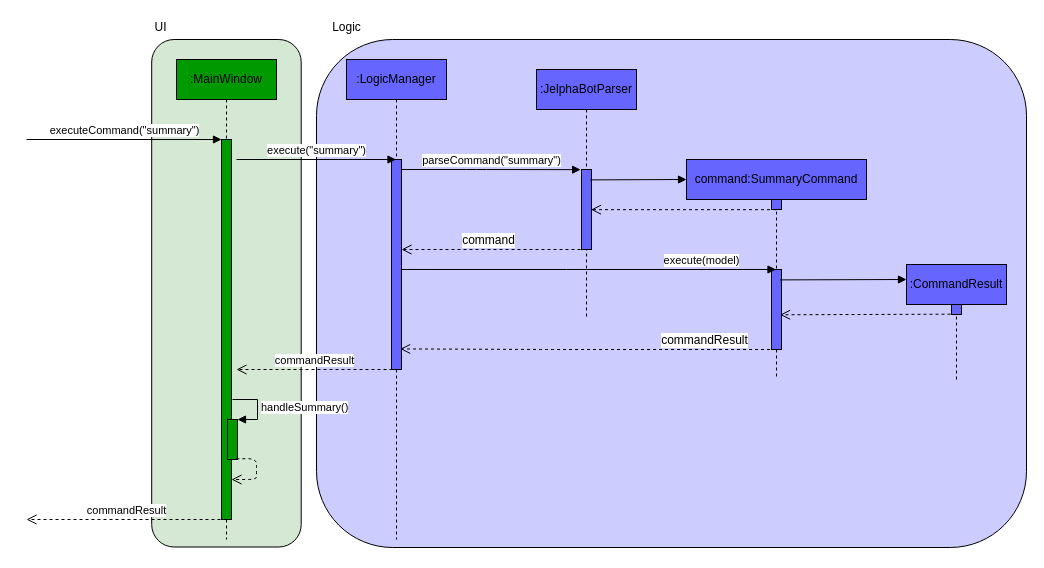
Earlier version of the draw.io diagram docs/diagrams/SummaryCommand.drawio (yapdianhao/main). Source tidied: cells renumbered, new cells numbered last; positions are measured from the earlier drawing's top-left corner, leaving out a move shared by most shapes. Both pictures are drawn from the tidied source at 100%, with x=0, y=0 at pixel (-28, 17).
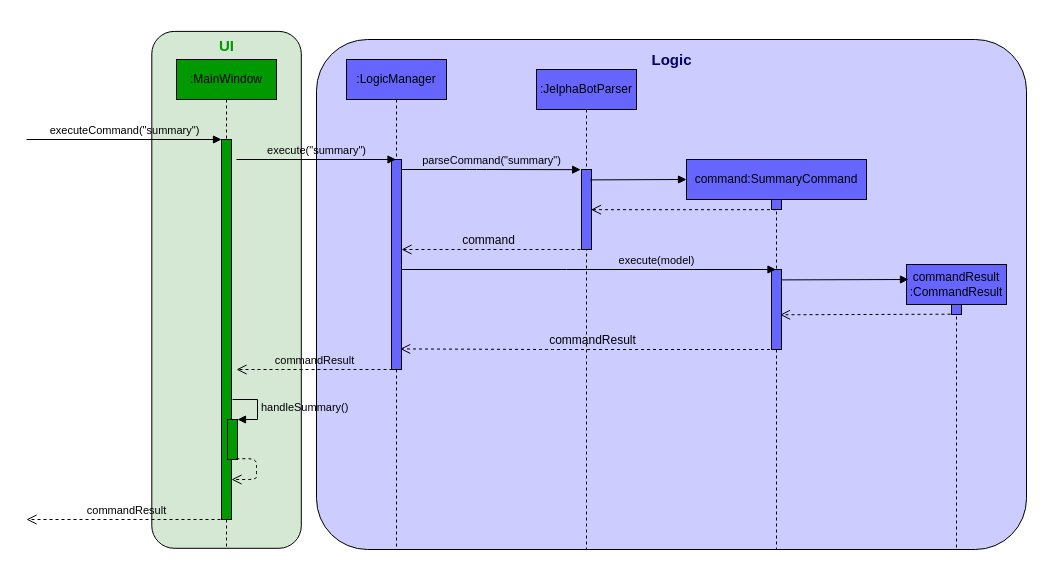
Above is the later version.

Unchanged cells that the change refers to:
```xml
<mxCell id="7" style="html=1;points=[];perimeter=orthogonalPerimeter;shadow=0;fillColor=#009900;" parent="1" vertex="1">
  <mxGeometry x="255" y="402" width="10" height="40" as="geometry" />
</mxCell>
<mxCell id="12" style="html=1;points=[];perimeter=orthogonalPerimeter;shadow=0;fillColor=#6666FF;" parent="11" vertex="1">
  <mxGeometry x="45" y="100" width="10" height="210" as="geometry" />
</mxCell>
<mxCell id="15" style="html=1;points=[];perimeter=orthogonalPerimeter;shadow=0;fillColor=#6666FF;" parent="14" vertex="1">
  <mxGeometry x="45" y="100" width="10" height="80" as="geometry" />
</mxCell>
<mxCell id="19" style="html=1;points=[];perimeter=orthogonalPerimeter;shadow=0;fillColor=#6666FF;" parent="17" vertex="1">
  <mxGeometry x="85" y="110" width="10" height="80" as="geometry" />
</mxCell>
<mxCell id="21" style="html=1;verticalAlign=bottom;endArrow=open;dashed=1;endSize=8;fillColor=#4D9900;" parent="1" edge="1" target="12">
  <mxGeometry relative="1" as="geometry">
    <mxPoint x="614" y="232" as="sourcePoint" />
  </mxGeometry>
</mxCell>
<mxCell id="24" style="html=1;verticalAlign=bottom;endArrow=open;dashed=1;endSize=8;fillColor=#4D9900;entryX=0.867;entryY=0.902;entryDx=0;entryDy=0;entryPerimeter=0;" parent="1" edge="1" source="17" target="12">
  <mxGeometry x="0.21" y="-160" relative="1" as="geometry">
    <Array as="points">
      <mxPoint x="574" y="332" />
    </Array>
    <mxPoint x="160" y="160" as="offset" />
  </mxGeometry>
</mxCell>
```

The edit, as a diff of the source:
```diff
@@
-    <mxCell id="2" style="rounded=1;whiteSpace=wrap;html=1;shadow=0;fillColor=#CCCCFF;" parent="1" vertex="1">
-      <mxGeometry x="344" y="22" width="710" height="508" as="geometry" />
+    <mxCell id="2" style="rounded=1;whiteSpace=wrap;html=1;shadow=0;fillColor=#CCCCFF;arcSize=10;" parent="1" vertex="1">
+      <mxGeometry x="344" y="22" width="710" height="510" as="geometry" />
     </mxCell>
     <mxCell id="3" style="rounded=1;whiteSpace=wrap;html=1;shadow=0;rotation=-90;fillColor=#D5E8D4;" parent="1" vertex="1">
-      <mxGeometry x="0.2" y="201" width="507.5" height="149.5" as="geometry" />
+      <mxGeometry x="-4.4" y="197.6" width="516.9" height="149.5" as="geometry" />
     </mxCell>
     <mxCell id="4" value=":MainWindow" style="shape=umlLifeline;perimeter=lifelinePerimeter;whiteSpace=wrap;html=1;shadow=0;fillColor=#009900;" parent="1" vertex="1">
-      <mxGeometry x="204" y="42" width="100" height="480" as="geometry" />
+      <mxGeometry x="204" y="42" width="100" height="490" as="geometry" />
     </mxCell>
@@
-    <mxCell id="6" value="executeCommand(&quot;summary&quot;)" style="html=1;verticalAlign=bottom;endArrow=block;fillColor=#4D9900;" parent="1" edge="1">
+    <mxCell id="6" value="executeCommand(&quot;summary&quot;)" style="html=1;verticalAlign=bottom;endArrow=block;fillColor=#4D9900;labelBackgroundColor=none;" parent="1" edge="1">
       <mxGeometry relative="1" as="geometry">
         <mxPoint x="54" y="122" as="sourcePoint" />
         <mxPoint x="249" y="122" as="targetPoint" />
       </mxGeometry>
     </mxCell>
@@
-    <mxCell id="8" value="handleSummary()" style="edgeStyle=orthogonalEdgeStyle;html=1;align=left;spacingLeft=2;endArrow=block;rounded=0;entryX=1;entryY=0;fillColor=#4D9900;" parent="1" edge="1" target="7">
+    <mxCell id="8" value="handleSummary()" style="edgeStyle=orthogonalEdgeStyle;html=1;align=left;spacingLeft=2;endArrow=block;rounded=0;entryX=1;entryY=0;fillColor=#4D9900;labelBackgroundColor=none;" parent="1" edge="1" target="7">
       <mxGeometry relative="1" as="geometry">
         <mxPoint x="260" y="382" as="sourcePoint" />
         <Array as="points">
           <mxPoint x="285" y="382" />
           <mxPoint x="285" y="402" />
         </Array>
       </mxGeometry>
     </mxCell>
-    <mxCell id="9" value="UI" style="text;html=1;align=center;verticalAlign=middle;" parent="1" vertex="1">
-      <mxGeometry x="173" width="30" height="20" as="geometry" />
+    <mxCell id="9" value="&lt;font style=&quot;font-size: 15px&quot; color=&quot;#009900&quot;&gt;&lt;b&gt;UI&lt;/b&gt;&lt;/font&gt;" style="text;html=1;align=center;verticalAlign=middle;" parent="1" vertex="1">
+      <mxGeometry x="239" y="18" width="30" height="20" as="geometry" />
     </mxCell>
@@
     <mxCell id="11" value=":LogicManager" style="shape=umlLifeline;perimeter=lifelinePerimeter;whiteSpace=wrap;html=1;outlineConnect=0;shadow=0;fillColor=#6666FF;" parent="1" vertex="1">
-      <mxGeometry x="374" y="42" width="100" height="480" as="geometry" />
+      <mxGeometry x="374" y="42" width="100" height="490" as="geometry" />
     </mxCell>
@@
-    <mxCell id="13" value="execute(&quot;summary&quot;)" style="html=1;verticalAlign=bottom;endArrow=block;fillColor=#4D9900;" parent="1" edge="1" target="11">
+    <mxCell id="13" value="execute(&quot;summary&quot;)" style="html=1;verticalAlign=bottom;endArrow=block;fillColor=#4D9900;labelBackgroundColor=none;" parent="1" edge="1" target="11">
       <mxGeometry relative="1" as="geometry">
         <mxPoint x="264" y="142" as="sourcePoint" />
       </mxGeometry>
     </mxCell>
     <mxCell id="14" value=":JelphaBotParser" style="shape=umlLifeline;perimeter=lifelinePerimeter;whiteSpace=wrap;html=1;shadow=0;fillColor=#6666FF;" parent="1" vertex="1">
-      <mxGeometry x="564" y="52" width="100" height="250" as="geometry" />
+      <mxGeometry x="564" y="52" width="100" height="480" as="geometry" />
     </mxCell>
@@
     <mxCell id="17" value="command:SummaryCommand" style="shape=umlLifeline;perimeter=lifelinePerimeter;whiteSpace=wrap;html=1;outlineConnect=0;shadow=0;fillColor=#6666FF;" parent="1" vertex="1">
-      <mxGeometry x="714" y="142" width="180" height="220" as="geometry" />
+      <mxGeometry x="714" y="142" width="180" height="390" as="geometry" />
     </mxCell>
@@
-    <mxCell id="22" value="command" style="text;html=1;align=center;verticalAlign=middle;labelBackgroundColor=#ffffff;" parent="21" vertex="1">
+    <mxCell id="22" value="command" style="text;html=1;align=center;verticalAlign=middle;labelBackgroundColor=none;" parent="21" vertex="1">
       <mxGeometry x="0.07" y="-1" relative="1" as="geometry">
         <mxPoint y="-9" as="offset" />
       </mxGeometry>
     </mxCell>
-    <mxCell id="23" value="execute(model)" style="html=1;verticalAlign=bottom;endArrow=block;fillColor=#4D9900;" parent="1" edge="1" source="12" target="17">
-      <mxGeometry x="0.6" relative="1" as="geometry">
+    <mxCell id="23" value="execute(model)" style="html=1;verticalAlign=bottom;endArrow=block;fillColor=#4D9900;labelBackgroundColor=none;" parent="1" edge="1" source="12" target="17">
+      <mxGeometry x="0.36" relative="1" as="geometry">
         <Array as="points">
           <mxPoint x="604" y="252" />
         </Array>
       </mxGeometry>
     </mxCell>
@@
-    <mxCell id="25" value="commandResult" style="text;html=1;align=center;verticalAlign=middle;labelBackgroundColor=#ffffff;" parent="24" vertex="1">
+    <mxCell id="25" value="commandResult" style="text;html=1;align=center;verticalAlign=middle;labelBackgroundColor=none;" parent="24" vertex="1">
       <mxGeometry x="0.22" y="-158" relative="1" as="geometry">
-        <mxPoint x="157" y="148" as="offset" />
+        <mxPoint x="44.9" y="148" as="offset" />
       </mxGeometry>
     </mxCell>
-    <mxCell id="26" value=":CommandResult" style="shape=umlLifeline;perimeter=lifelinePerimeter;whiteSpace=wrap;html=1;shadow=0;fillColor=#6666FF;" parent="1" vertex="1">
-      <mxGeometry x="934" y="247" width="100" height="115" as="geometry" />
+    <mxCell id="26" value="commandResult&lt;br&gt;:CommandResult" style="shape=umlLifeline;perimeter=lifelinePerimeter;whiteSpace=wrap;html=1;shadow=0;fillColor=#6666FF;" parent="1" vertex="1">
+      <mxGeometry x="934" y="247" width="100" height="285" as="geometry" />
     </mxCell>
@@
-    <mxCell id="28" style="html=1;verticalAlign=bottom;endArrow=block;fillColor=#4D9900;exitX=0.857;exitY=0.13;exitDx=0;exitDy=0;exitPerimeter=0;" parent="1" edge="1" source="19">
+    <mxCell id="28" style="html=1;verticalAlign=bottom;endArrow=block;fillColor=#4D9900;exitX=0.857;exitY=0.13;exitDx=0;exitDy=0;exitPerimeter=0;" parent="1" edge="1">
       <mxGeometry relative="1" as="geometry">
-        <mxPoint x="934" y="262" as="targetPoint" />
+        <mxPoint x="809.6" y="262.4" as="sourcePoint" />
+        <mxPoint x="936" y="262" as="targetPoint" />
       </mxGeometry>
     </mxCell>
@@
-    <mxCell id="30" value="commandResult" style="html=1;verticalAlign=bottom;endArrow=open;dashed=1;endSize=8;fillColor=#4D9900;" parent="1" edge="1">
+    <mxCell id="30" value="commandResult" style="html=1;verticalAlign=bottom;endArrow=open;dashed=1;endSize=8;fillColor=#4D9900;labelBackgroundColor=none;" parent="1" edge="1">
       <mxGeometry relative="1" as="geometry">
         <mxPoint x="420" y="352" as="sourcePoint" />
         <mxPoint x="264" y="352" as="targetPoint" />
       </mxGeometry>
     </mxCell>
-    <mxCell id="31" value="commandResult" style="html=1;verticalAlign=bottom;endArrow=open;dashed=1;endSize=8;fillColor=#4D9900;" parent="1" edge="1">
+    <mxCell id="31" value="commandResult" style="html=1;verticalAlign=bottom;endArrow=open;dashed=1;endSize=8;fillColor=#4D9900;labelBackgroundColor=none;" parent="1" edge="1">
       <mxGeometry relative="1" as="geometry">
         <mxPoint x="254" y="502" as="sourcePoint" />
         <mxPoint x="54" y="502" as="targetPoint" />
       </mxGeometry>
     </mxCell>
-    <mxCell id="32" value="parseCommand(&quot;summary&quot;)" style="html=1;verticalAlign=bottom;endArrow=block;fillColor=#4D9900;entryX=-0.086;entryY=0.002;entryDx=0;entryDy=0;entryPerimeter=0;" parent="1" edge="1" source="12" target="15">
+    <mxCell id="32" value="parseCommand(&quot;summary&quot;)" style="html=1;verticalAlign=bottom;endArrow=block;fillColor=#4D9900;entryX=-0.086;entryY=0.002;entryDx=0;entryDy=0;entryPerimeter=0;labelBackgroundColor=none;" parent="1" edge="1" source="12" target="15">
       <mxGeometry relative="1" as="geometry">
         <Array as="points">
           <mxPoint x="504" y="152" />
         </Array>
       </mxGeometry>
     </mxCell>
-    <mxCell id="33" value="Logic" style="text;html=1;align=center;verticalAlign=middle;" parent="1" vertex="1">
-      <mxGeometry x="354" width="40" height="20" as="geometry" />
+    <mxCell id="33" value="&lt;font style=&quot;font-size: 15px&quot; color=&quot;#000066&quot;&gt;&lt;b&gt;Logic&lt;/b&gt;&lt;/font&gt;" style="text;html=1;align=center;verticalAlign=middle;" parent="1" vertex="1">
+      <mxGeometry x="669" y="32" width="60" height="20" as="geometry" />
     </mxCell>
```
